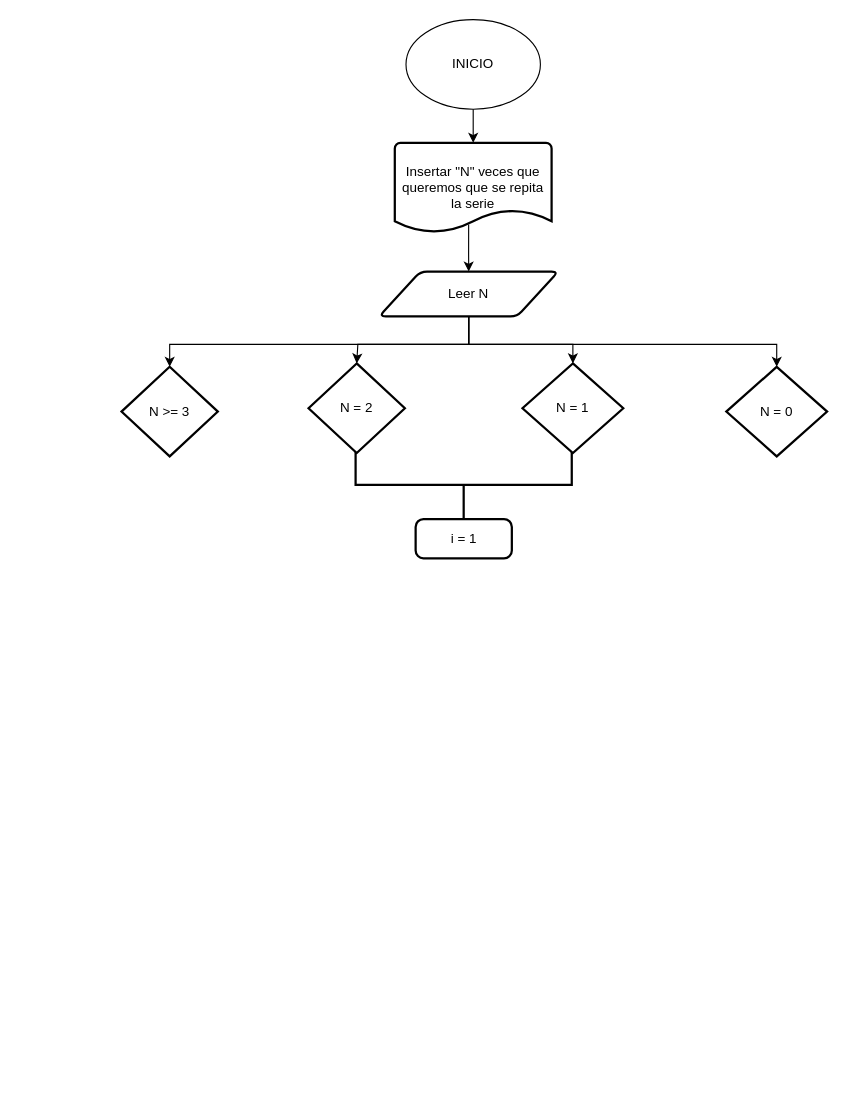
The draw.io diagram Fibonacci.drawio in alejandrorestrepoj/DiagramaFlujo, before the edit. Source tidied: cells renumbered, new cells numbered last; positions are measured from the earlier drawing's top-left corner, leaving out a move shared by most shapes. Both pictures are drawn from the tidied source at 112%, with x=0, y=0 at pixel (121, 19).
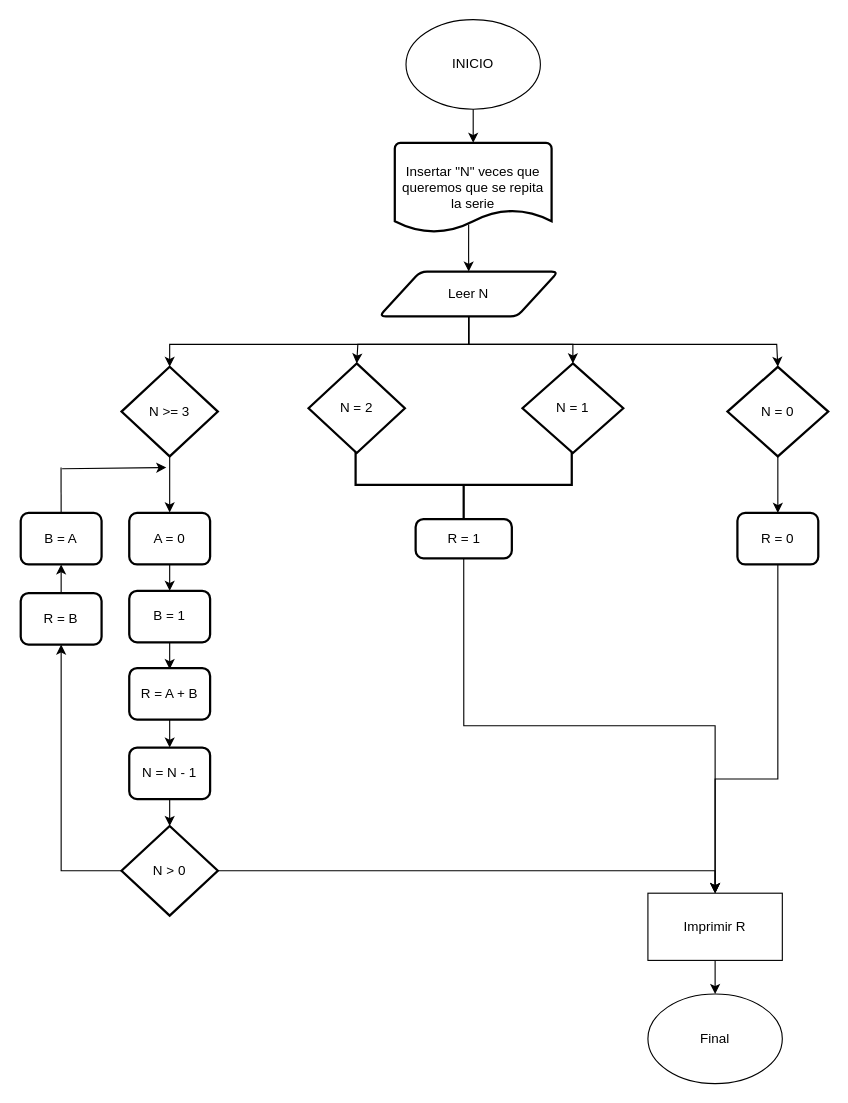
After the change.

Unchanged cells that the change refers to:
```xml
<mxCell id="7" value="N &amp;gt;= 3" style="strokeWidth=2;html=1;shape=mxgraph.flowchart.decision;whiteSpace=wrap;" parent="1" vertex="1">
  <mxGeometry y="310" width="86" height="80" as="geometry" />
</mxCell>
```

The edit, as a diff of the source:
```diff
@@
+    <mxCell id="17" style="edgeStyle=orthogonalEdgeStyle;rounded=0;jettySize=auto;html=1;" parent="1" edge="1" source="7">
+      <mxGeometry relative="1" as="geometry">
+        <mxPoint x="43" y="440" as="targetPoint" />
+      </mxGeometry>
+    </mxCell>
@@
+    <mxCell id="18" style="edgeStyle=orthogonalEdgeStyle;rounded=0;jettySize=auto;html=1;exitX=0.5;exitY=1;exitDx=0;exitDy=0;exitPerimeter=0;entryX=0.5;entryY=0;entryDx=0;entryDy=0;" parent="1" edge="1" source="10" target="37">
+      <mxGeometry relative="1" as="geometry" />
+    </mxCell>
     <mxCell id="10" value="N = 0" style="strokeWidth=2;html=1;shape=mxgraph.flowchart.decision;whiteSpace=wrap;" parent="1" vertex="1">
-      <mxGeometry x="540" y="310" width="90" height="80" as="geometry" />
+      <mxGeometry x="541" y="310" width="90" height="80" as="geometry" />
     </mxCell>
@@
+    <mxCell id="19" style="edgeStyle=orthogonalEdgeStyle;rounded=0;jettySize=auto;html=1;exitX=0.5;exitY=1;exitDx=0;exitDy=0;entryX=0.5;entryY=0;entryDx=0;entryDy=0;" parent="1" edge="1" source="12" target="39">
+      <mxGeometry relative="1" as="geometry" />
+    </mxCell>
-    <mxCell id="12" value="i = 1" style="rounded=1;whiteSpace=wrap;html=1;absoluteArcSize=1;arcSize=14;strokeWidth=2;" parent="1" vertex="1">
+    <mxCell id="12" value="R = 1" style="rounded=1;whiteSpace=wrap;html=1;absoluteArcSize=1;arcSize=14;strokeWidth=2;" parent="1" vertex="1">
       <mxGeometry x="262.6" y="446" width="85.9" height="35" as="geometry" />
     </mxCell>
@@
+    <mxCell id="20" value="B = 1" style="rounded=1;whiteSpace=wrap;html=1;absoluteArcSize=1;arcSize=14;strokeWidth=2;" parent="1" vertex="1">
+      <mxGeometry x="6.9" y="510" width="72.2" height="46" as="geometry" />
+    </mxCell>
+    <mxCell id="21" style="edgeStyle=orthogonalEdgeStyle;rounded=0;jettySize=auto;html=1;exitX=0.5;exitY=1;exitDx=0;exitDy=0;entryX=0.5;entryY=0;entryDx=0;entryDy=0;" parent="1" edge="1" source="22" target="20">
+      <mxGeometry relative="1" as="geometry" />
+    </mxCell>
+    <mxCell id="22" value="A = 0" style="rounded=1;whiteSpace=wrap;html=1;absoluteArcSize=1;arcSize=14;strokeWidth=2;" parent="1" vertex="1">
+      <mxGeometry x="6.9" y="440.5" width="72.2" height="46" as="geometry" />
+    </mxCell>
+    <mxCell id="23" style="edgeStyle=orthogonalEdgeStyle;rounded=0;jettySize=auto;html=1;exitX=0.5;exitY=1;exitDx=0;exitDy=0;entryX=0.5;entryY=0;entryDx=0;entryDy=0;entryPerimeter=0;" parent="1" edge="1" source="20">
+      <mxGeometry relative="1" as="geometry">
+        <mxPoint x="43" y="580" as="targetPoint" />
+      </mxGeometry>
+    </mxCell>
+    <mxCell id="24" style="edgeStyle=orthogonalEdgeStyle;rounded=0;jettySize=auto;html=1;exitX=0.5;exitY=1;exitDx=0;exitDy=0;entryX=0.5;entryY=0;entryDx=0;entryDy=0;" parent="1" edge="1" source="25" target="26">
+      <mxGeometry relative="1" as="geometry" />
+    </mxCell>
+    <mxCell id="25" value="R = A + B" style="rounded=1;whiteSpace=wrap;html=1;absoluteArcSize=1;arcSize=14;strokeWidth=2;" parent="1" vertex="1">
+      <mxGeometry x="6.9" y="579" width="72.2" height="46" as="geometry" />
+    </mxCell>
+    <mxCell id="26" value="N = N - 1" style="rounded=1;whiteSpace=wrap;html=1;absoluteArcSize=1;arcSize=14;strokeWidth=2;" parent="1" vertex="1">
+      <mxGeometry x="6.9" y="650" width="72.2" height="46" as="geometry" />
+    </mxCell>
+    <mxCell id="27" style="edgeStyle=orthogonalEdgeStyle;rounded=0;jettySize=auto;html=1;exitX=0;exitY=0.5;exitDx=0;exitDy=0;exitPerimeter=0;" parent="1" edge="1" source="29" target="32">
+      <mxGeometry relative="1" as="geometry" />
+    </mxCell>
+    <mxCell id="28" style="edgeStyle=orthogonalEdgeStyle;rounded=0;jettySize=auto;html=1;exitX=1;exitY=0.5;exitDx=0;exitDy=0;exitPerimeter=0;entryX=0.5;entryY=0;entryDx=0;entryDy=0;" parent="1" edge="1" source="29" target="39">
+      <mxGeometry relative="1" as="geometry">
+        <Array as="points">
+          <mxPoint x="530" y="760" />
+        </Array>
+      </mxGeometry>
+    </mxCell>
+    <mxCell id="29" value="N &amp;gt; 0" style="strokeWidth=2;html=1;shape=mxgraph.flowchart.decision;whiteSpace=wrap;" parent="1" vertex="1">
+      <mxGeometry y="720" width="86" height="80" as="geometry" />
+    </mxCell>
+    <mxCell id="30" style="edgeStyle=orthogonalEdgeStyle;rounded=0;jettySize=auto;html=1;exitX=0.5;exitY=1;exitDx=0;exitDy=0;entryX=0.5;entryY=0;entryDx=0;entryDy=0;entryPerimeter=0;" parent="1" edge="1" source="26" target="29">
+      <mxGeometry relative="1" as="geometry" />
+    </mxCell>
+    <mxCell id="31" style="edgeStyle=orthogonalEdgeStyle;rounded=0;jettySize=auto;html=1;exitX=0.5;exitY=0;exitDx=0;exitDy=0;entryX=0.5;entryY=1;entryDx=0;entryDy=0;" parent="1" edge="1" source="32" target="33">
+      <mxGeometry relative="1" as="geometry" />
+    </mxCell>
+    <mxCell id="32" value="R = B" style="rounded=1;whiteSpace=wrap;html=1;absoluteArcSize=1;arcSize=14;strokeWidth=2;" parent="1" vertex="1">
+      <mxGeometry x="-90" y="512" width="72.2" height="46" as="geometry" />
+    </mxCell>
+    <mxCell id="33" value="B = A" style="rounded=1;whiteSpace=wrap;html=1;absoluteArcSize=1;arcSize=14;strokeWidth=2;" parent="1" vertex="1">
+      <mxGeometry x="-90" y="440.5" width="72.2" height="46" as="geometry" />
+    </mxCell>
+    <mxCell id="34" style="endArrow=none;html=1;rounded=0;exitX=0.5;exitY=0;exitDx=0;exitDy=0;" parent="1" edge="1" source="33">
+      <mxGeometry relative="1" as="geometry">
+        <mxPoint x="-54" y="400" as="targetPoint" />
+      </mxGeometry>
+    </mxCell>
+    <mxCell id="35" style="endArrow=classic;html=1;rounded=0;" parent="1" edge="1">
+      <mxGeometry relative="1" as="geometry">
+        <mxPoint x="-53" y="401" as="sourcePoint" />
+        <mxPoint x="40" y="400" as="targetPoint" />
+      </mxGeometry>
+    </mxCell>
+    <mxCell id="36" style="edgeStyle=orthogonalEdgeStyle;rounded=0;jettySize=auto;html=1;entryX=0.5;entryY=0;entryDx=0;entryDy=0;" parent="1" edge="1" source="37" target="39">
+      <mxGeometry relative="1" as="geometry">
+        <Array as="points">
+          <mxPoint x="586" y="678" />
+          <mxPoint x="530" y="678" />
+        </Array>
+      </mxGeometry>
+    </mxCell>
+    <mxCell id="37" value="R = 0" style="rounded=1;whiteSpace=wrap;html=1;absoluteArcSize=1;arcSize=14;strokeWidth=2;" parent="1" vertex="1">
+      <mxGeometry x="549.9" y="440.5" width="72.2" height="46" as="geometry" />
+    </mxCell>
+    <mxCell id="38" style="edgeStyle=orthogonalEdgeStyle;rounded=0;jettySize=auto;html=1;exitX=0.5;exitY=1;exitDx=0;exitDy=0;entryX=0.5;entryY=0;entryDx=0;entryDy=0;" parent="1" edge="1" source="39" target="40">
+      <mxGeometry relative="1" as="geometry" />
+    </mxCell>
+    <mxCell id="39" value="Imprimir R" style="rounded=0;whiteSpace=wrap;html=1;" parent="1" vertex="1">
+      <mxGeometry x="470" y="780" width="120" height="60" as="geometry" />
+    </mxCell>
+    <mxCell id="40" value="Final" style="ellipse;whiteSpace=wrap;html=1;" parent="1" vertex="1">
+      <mxGeometry x="470" y="870" width="120" height="80" as="geometry" />
+    </mxCell>
```
